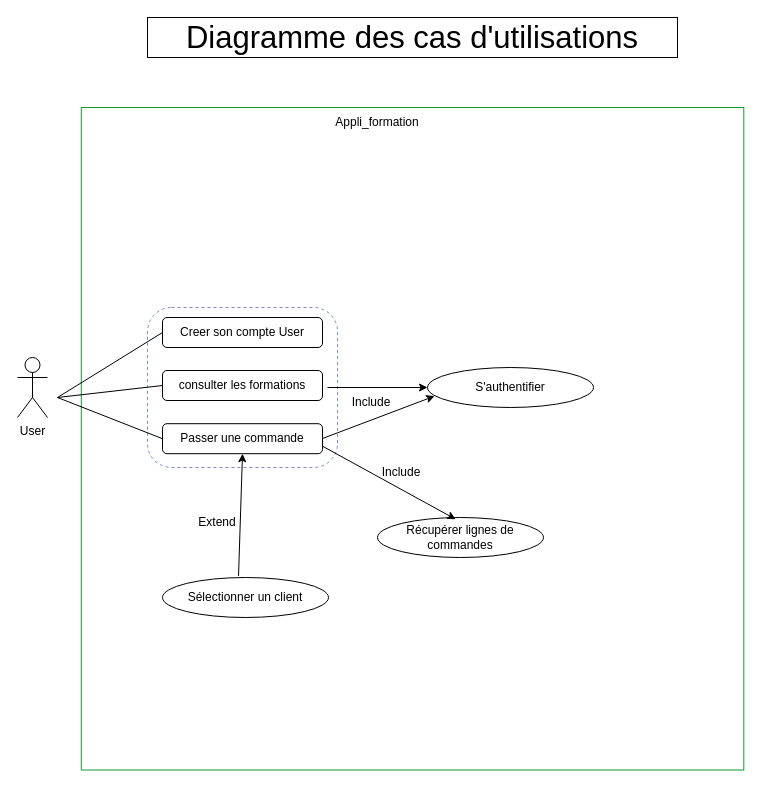
Above: page "Diagramme Use_case" (2 of 3) of Conception/Diagrammes/UML_Appli_Formation.drawio in PinsolleP/Evaluation-Appli-Formation (draw.io), before the change. Source tidied: cells renumbered, new cells numbered last; positions are measured from the earlier drawing's top-left corner, leaving out a move shared by most shapes. Both pictures are drawn from the tidied source at 100%, with x=0, y=0 at pixel (17, 17).
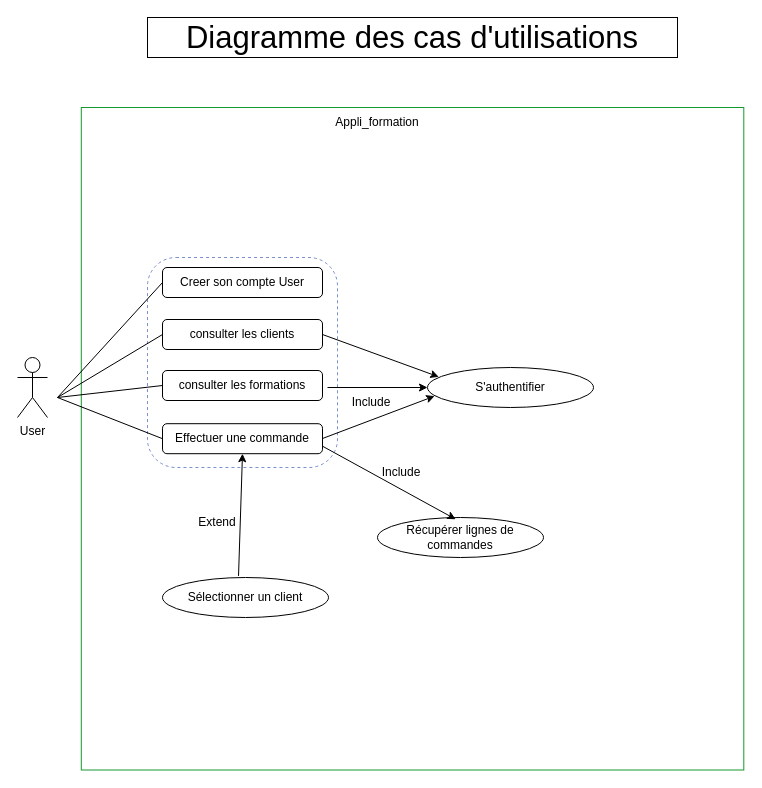
After the change.

Commit message:
Mise à jour diagrammes

The change refers to these unchanged cells:
```xml
<mxCell id="10" value="S'authentifier" style="ellipse;whiteSpace=wrap;html=1;shapeInside=1;" parent="1" vertex="1">
  <mxGeometry x="410" y="350" width="166" height="40" as="geometry" />
</mxCell>
```

Diff of the diagram source:
```diff
@@
     <mxCell id="6" value="&lt;div&gt;&lt;/div&gt;" style="rounded=1;whiteSpace=wrap;html=1;perimeterSpacing=0;opacity=80;glass=0;shadow=0;fillStyle=auto;dashed=1;strokeColor=light-dark(#5a74c4, #ededed);" parent="1" vertex="1">
-      <mxGeometry x="130" y="290" width="190" height="160" as="geometry" />
+      <mxGeometry x="130" y="240" width="190" height="210" as="geometry" />
     </mxCell>
@@
     <mxCell id="8" value="Creer son compte User" style="rounded=1;whiteSpace=wrap;html=1;" parent="1" vertex="1">
-      <mxGeometry x="145" y="300" width="160" height="30" as="geometry" />
+      <mxGeometry x="145" y="250" width="160" height="30" as="geometry" />
     </mxCell>
-    <mxCell id="9" value="Passer une commande" style="rounded=1;whiteSpace=wrap;html=1;" parent="1" vertex="1">
+    <mxCell id="9" value="Effectuer une commande" style="rounded=1;whiteSpace=wrap;html=1;" parent="1" vertex="1">
       <mxGeometry x="145" y="406.2" width="160" height="30" as="geometry" />
     </mxCell>
@@
+    <mxCell id="23" value="consulter les clients" style="rounded=1;whiteSpace=wrap;html=1;" parent="1" vertex="1">
+      <mxGeometry x="145" y="302" width="160" height="30" as="geometry" />
+    </mxCell>
+    <mxCell id="24" style="endArrow=classic;html=1;rounded=0;exitX=1;exitY=0.5;exitDx=0;exitDy=0;entryX=0.068;entryY=0.234;entryDx=0;entryDy=0;entryPerimeter=0;" parent="1" edge="1" source="23" target="10">
+      <mxGeometry relative="1" as="geometry" />
+    </mxCell>
+    <mxCell id="25" style="endArrow=none;html=1;rounded=0;entryX=0;entryY=0.5;entryDx=0;entryDy=0;" parent="1" edge="1" target="23">
+      <mxGeometry relative="1" as="geometry">
+        <mxPoint x="40" y="380" as="sourcePoint" />
+      </mxGeometry>
+    </mxCell>
```
